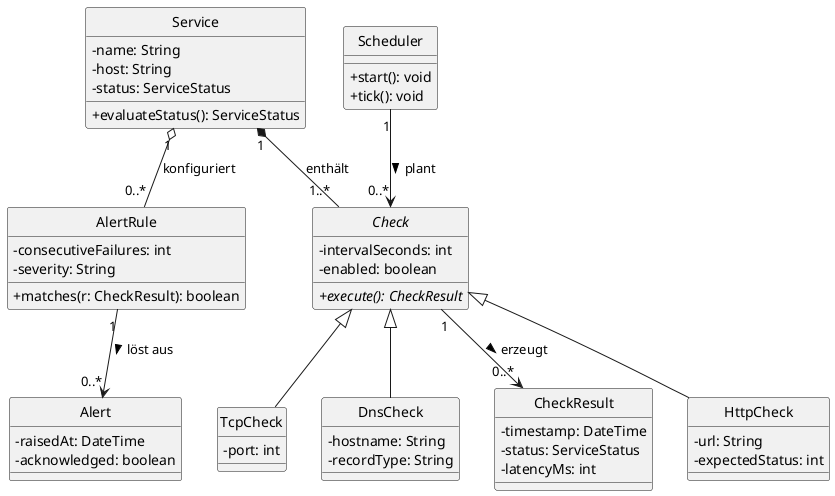
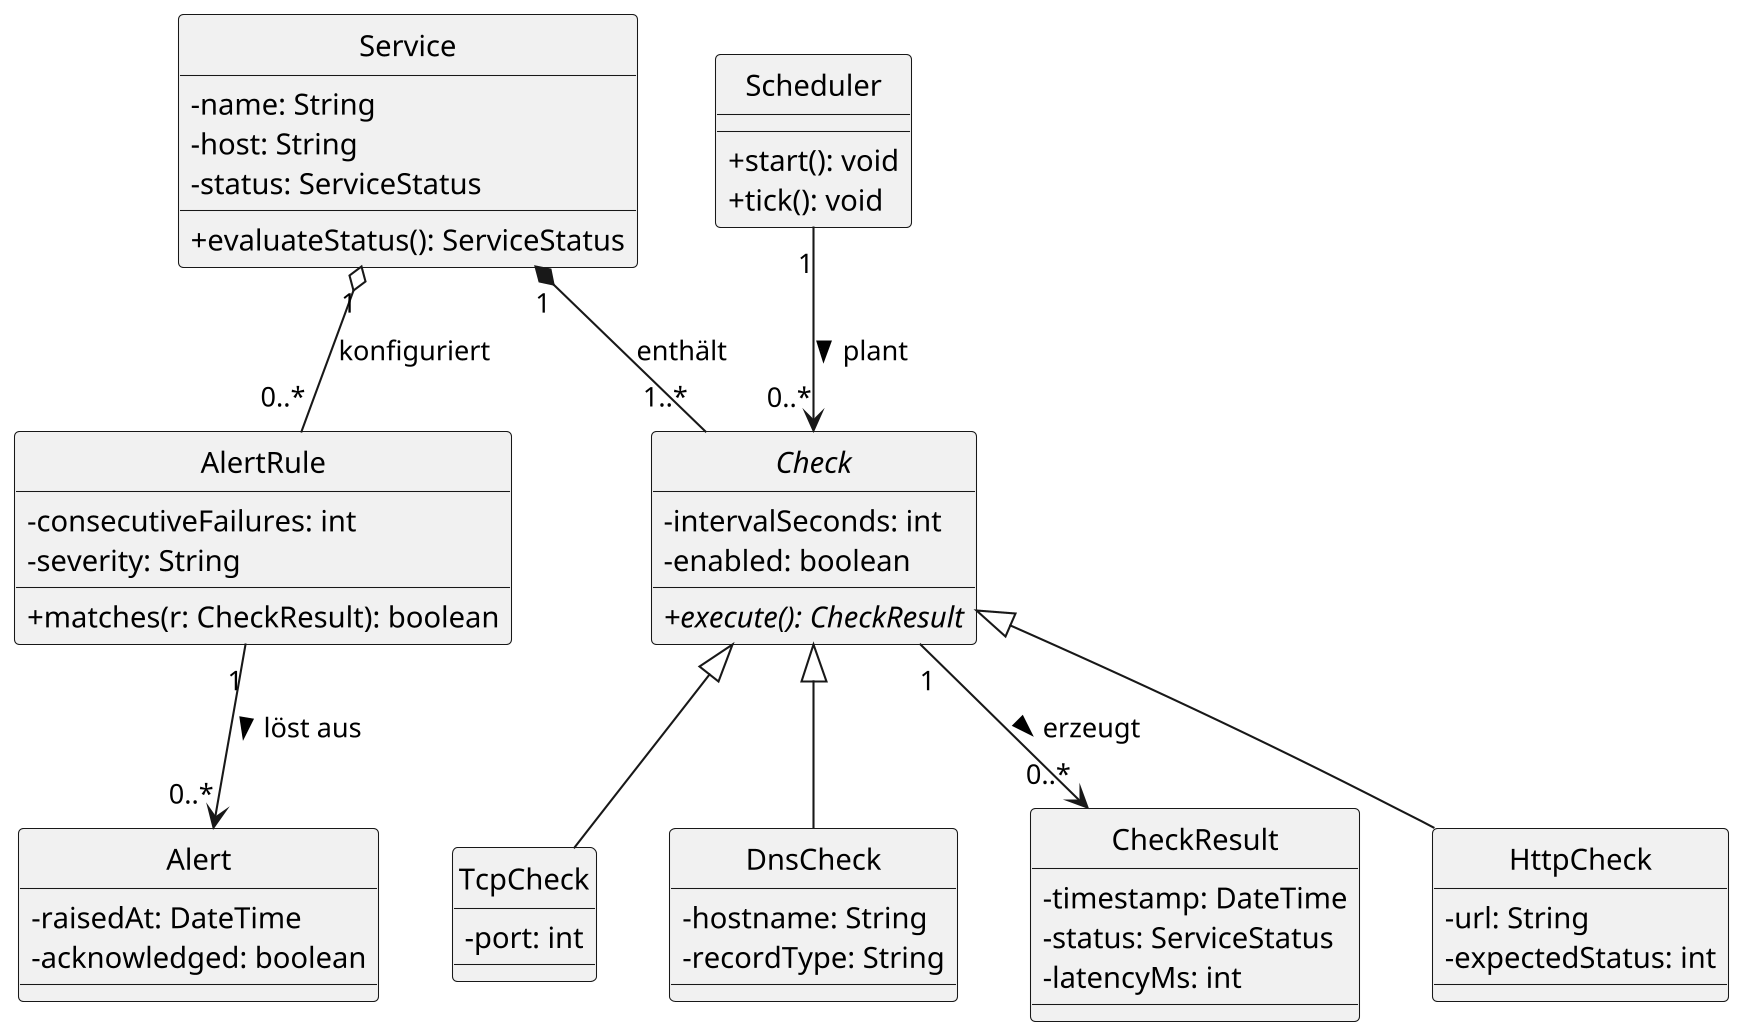
@startuml IT-Service-Monitor-Klassendiagramm
+ skinparam dpi 200
skinparam classAttributeIconSize 0
hide circle

class Service {
  - name: String
  - host: String
  - status: ServiceStatus
  + evaluateStatus(): ServiceStatus
}

abstract class Check {
  - intervalSeconds: int
  - enabled: boolean
  + {abstract} execute(): CheckResult
}

class HttpCheck {
  - url: String
  - expectedStatus: int
}

class TcpCheck {
  - port: int
}

class DnsCheck {
  - hostname: String
  - recordType: String
}

class CheckResult {
  - timestamp: DateTime
  - status: ServiceStatus
  - latencyMs: int
}

class Scheduler {
  + start(): void
  + tick(): void
}

class AlertRule {
  - consecutiveFailures: int
  - severity: String
  + matches(r: CheckResult): boolean
}

class Alert {
  - raisedAt: DateTime
  - acknowledged: boolean
}

Check <|-- HttpCheck
Check <|-- TcpCheck
Check <|-- DnsCheck

Service "1" *-- "1..*" Check : enthält
Check "1" --> "0..*" CheckResult : erzeugt >
Service "1" o-- "0..*" AlertRule : konfiguriert
Scheduler "1" --> "0..*" Check : plant >
AlertRule "1" --> "0..*" Alert : löst aus >
@enduml
